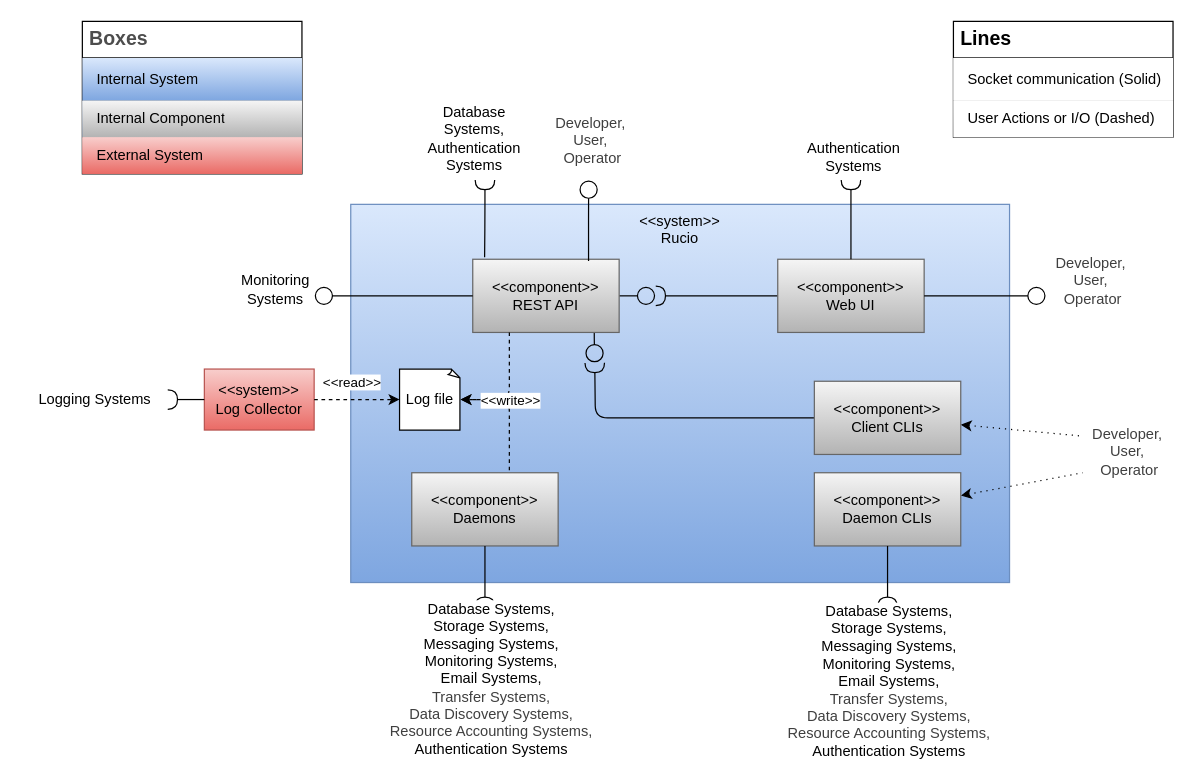
Earlier version of the draw.io diagram diagrams/Building Block Lvl 1 View.drawio (mgajek-cern/architecture-docs). Source tidied: cells renumbered, new cells numbered last; positions are measured from the earlier drawing's top-left corner, leaving out a move shared by most shapes. Both pictures are drawn from the tidied source at 122%, with x=0, y=0 at pixel (21, 21).
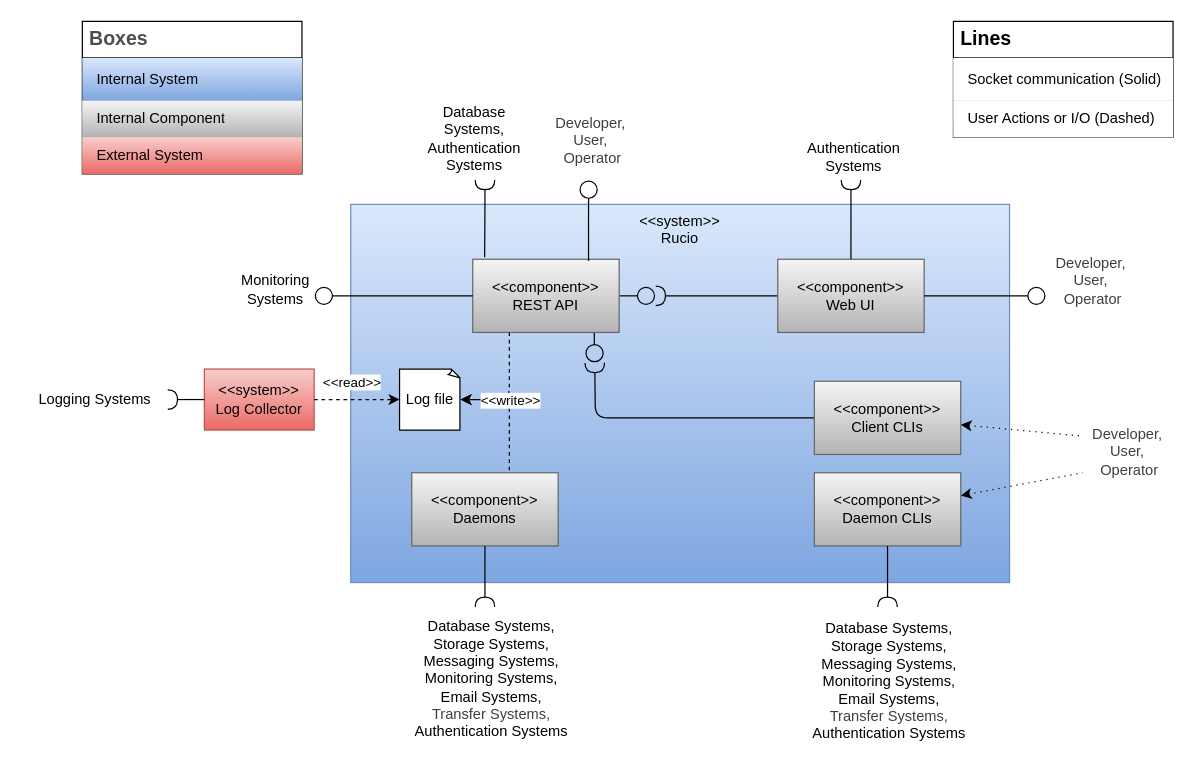
The same page after the edit.

Commit message (it also covers changes not shown here):
update high level structural diagrams and Context & Scope table entries

The edit, as a diff of the source:
```diff
@@
-    <mxCell id="40" value="&lt;font style=&quot;font-size: 12px;&quot;&gt;&lt;span style=&quot;color: rgb(0, 0, 0);&quot;&gt;Database Systems,&lt;/span&gt;&lt;br&gt;Storage Systems,&lt;/font&gt;&lt;div&gt;&lt;font style=&quot;font-size: 12px;&quot;&gt;Messaging Systems,&lt;br&gt;Monitoring Systems,&lt;/font&gt;&lt;/div&gt;&lt;div&gt;&lt;font style=&quot;font-size: 12px;&quot;&gt;Email Systems,&lt;/font&gt;&lt;/div&gt;&lt;div&gt;&lt;span style=&quot;color: rgb(63, 63, 63);&quot;&gt;&lt;font style=&quot;font-size: 12px;&quot;&gt;Transfer Systems,&lt;br&gt;&lt;div style=&quot;color: rgb(63, 63, 63); scrollbar-color: rgb(226, 226, 226) rgb(251, 251, 251); font-size: 11px;&quot;&gt;&lt;span style=&quot;scrollbar-color: rgb(226, 226, 226) rgb(251, 251, 251); color: rgb(63, 63, 63);&quot;&gt;&lt;font style=&quot;color: rgb(63, 63, 63); scrollbar-color: rgb(226, 226, 226) rgb(251, 251, 251); font-size: 12px;&quot;&gt;Data Discovery Systems,&lt;/font&gt;&lt;/span&gt;&lt;/div&gt;&lt;div style=&quot;color: rgb(63, 63, 63); scrollbar-color: rgb(226, 226, 226) rgb(251, 251, 251); font-size: 11px;&quot;&gt;&lt;span style=&quot;scrollbar-color: rgb(226, 226, 226) rgb(251, 251, 251); color: rgb(63, 63, 63);&quot;&gt;&lt;font style=&quot;color: rgb(63, 63, 63); scrollbar-color: rgb(226, 226, 226) rgb(251, 251, 251); font-size: 12px;&quot;&gt;&lt;span style=&quot;color: rgb(63, 63, 63); scrollbar-color: rgb(226, 226, 226) rgb(251, 251, 251);&quot;&gt;Resource Accounting Systems,&lt;/span&gt;&lt;/font&gt;&lt;/span&gt;&lt;/div&gt;&lt;/font&gt;&lt;/span&gt;&lt;/div&gt;&lt;div&gt;&lt;span style=&quot;color: rgb(0, 0, 0);&quot;&gt;&lt;font style=&quot;font-size: 12px;&quot;&gt;Authentication Systems&lt;br&gt;&lt;/font&gt;&lt;/span&gt;&lt;/div&gt;" style="edgeLabel;html=1;align=center;verticalAlign=middle;" parent="1" vertex="1">
+    <mxCell id="40" value="&lt;font style=&quot;font-size: 12px;&quot;&gt;&lt;span style=&quot;color: rgb(0, 0, 0);&quot;&gt;Database Systems,&lt;/span&gt;&lt;br&gt;Storage Systems,&lt;/font&gt;&lt;div&gt;&lt;font style=&quot;font-size: 12px;&quot;&gt;Messaging Systems,&lt;br&gt;Monitoring Systems,&lt;/font&gt;&lt;/div&gt;&lt;div&gt;&lt;font style=&quot;font-size: 12px;&quot;&gt;Email Systems,&lt;/font&gt;&lt;/div&gt;&lt;div&gt;&lt;span style=&quot;color: rgb(63, 63, 63);&quot;&gt;&lt;font style=&quot;font-size: 12px;&quot;&gt;Transfer Systems,&lt;/font&gt;&lt;/span&gt;&lt;/div&gt;&lt;div&gt;&lt;span style=&quot;color: rgb(0, 0, 0);&quot;&gt;&lt;font style=&quot;font-size: 12px;&quot;&gt;Authentication Systems&lt;br&gt;&lt;/font&gt;&lt;/span&gt;&lt;/div&gt;" style="edgeLabel;html=1;align=center;verticalAlign=middle;" parent="1" vertex="1">
       <mxGeometry x="710" y="540" as="geometry" />
     </mxCell>
@@
-    <mxCell id="44" value="&lt;font style=&quot;font-size: 12px;&quot;&gt;&lt;span style=&quot;color: rgb(0, 0, 0);&quot;&gt;Database Systems,&lt;/span&gt;&lt;br&gt;Storage Systems,&lt;/font&gt;&lt;div&gt;&lt;font style=&quot;font-size: 12px;&quot;&gt;Messaging Systems,&lt;br&gt;Monitoring Systems,&lt;/font&gt;&lt;/div&gt;&lt;div&gt;&lt;font style=&quot;font-size: 12px;&quot;&gt;Email Systems,&lt;/font&gt;&lt;/div&gt;&lt;div&gt;&lt;span style=&quot;color: rgb(63, 63, 63);&quot;&gt;&lt;font style=&quot;font-size: 12px;&quot;&gt;Transfer Systems,&lt;br&gt;Data Discovery Systems,&lt;/font&gt;&lt;/span&gt;&lt;/div&gt;&lt;div&gt;&lt;span style=&quot;color: rgb(63, 63, 63);&quot;&gt;&lt;font style=&quot;font-size: 12px;&quot;&gt;&lt;span style=&quot;color: rgb(63, 63, 63);&quot;&gt;Resource Accounting Systems,&lt;/span&gt;&lt;/font&gt;&lt;/span&gt;&lt;/div&gt;&lt;div&gt;&lt;span style=&quot;color: rgb(0, 0, 0);&quot;&gt;&lt;font style=&quot;font-size: 12px;&quot;&gt;Authentication Systems&lt;br&gt;&lt;/font&gt;&lt;/span&gt;&lt;/div&gt;" style="edgeLabel;html=1;align=center;verticalAlign=middle;" parent="1" vertex="1">
+    <mxCell id="44" value="&lt;font style=&quot;font-size: 12px;&quot;&gt;&lt;span style=&quot;color: rgb(0, 0, 0);&quot;&gt;Database Systems,&lt;/span&gt;&lt;br&gt;Storage Systems,&lt;/font&gt;&lt;div&gt;&lt;font style=&quot;font-size: 12px;&quot;&gt;Messaging Systems,&lt;br&gt;Monitoring Systems,&lt;/font&gt;&lt;/div&gt;&lt;div&gt;&lt;font style=&quot;font-size: 12px;&quot;&gt;Email Systems,&lt;/font&gt;&lt;/div&gt;&lt;div&gt;&lt;span style=&quot;color: rgb(63, 63, 63);&quot;&gt;&lt;font style=&quot;font-size: 12px;&quot;&gt;Transfer Systems,&lt;br&gt;&lt;/font&gt;&lt;/span&gt;&lt;/div&gt;&lt;div&gt;&lt;span style=&quot;color: rgb(0, 0, 0);&quot;&gt;&lt;font style=&quot;font-size: 12px;&quot;&gt;Authentication Systems&lt;br&gt;&lt;/font&gt;&lt;/span&gt;&lt;/div&gt;" style="edgeLabel;html=1;align=center;verticalAlign=middle;" parent="1" vertex="1">
       <mxGeometry x="720" y="550" as="geometry">
         <mxPoint x="-336" y="-12" as="offset" />
       </mxGeometry>
     </mxCell>
```
